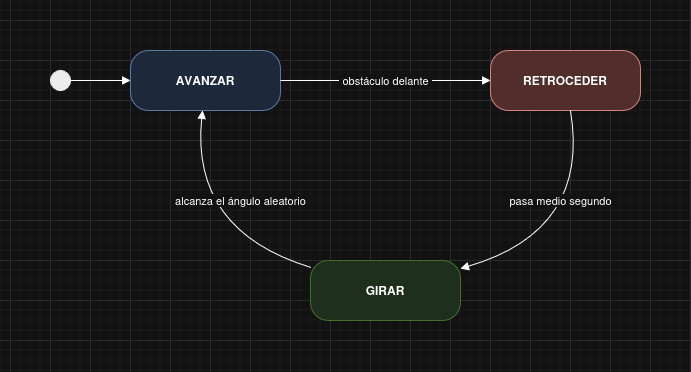
Above: assets/img/maquina_estados.png in valentechie/blog-robotica-movil (draw.io), before the change. Source tidied: cells renumbered, new cells last; positions are measured from the earlier drawing's top-left corner, leaving out a move shared by most shapes. Its diagram source:
```xml
<mxGraphModel>
  <root>
    <mxCell id="0" />
    <mxCell id="1" parent="0" />
    <mxCell id="2" style="ellipse;fillColor=#000000;strokeColor=#000000;" parent="1" vertex="1">
      <mxGeometry y="20" width="20" height="20" as="geometry" />
    </mxCell>
    <mxCell id="3" value="AVANZAR" style="rounded=1;whiteSpace=wrap;html=1;arcSize=30;fillColor=#dae8fc;strokeColor=#6c8ebf;fontStyle=1;" parent="1" vertex="1">
      <mxGeometry x="80" width="150" height="60" as="geometry" />
    </mxCell>
    <mxCell id="4" value="RETROCEDER" style="rounded=1;whiteSpace=wrap;html=1;arcSize=30;fillColor=#f8cecc;strokeColor=#b85450;fontStyle=1;" parent="1" vertex="1">
      <mxGeometry x="440" width="150" height="60" as="geometry" />
    </mxCell>
    <mxCell id="5" value="GIRAR" style="rounded=1;whiteSpace=wrap;html=1;arcSize=30;fillColor=#d5e8d4;strokeColor=#82b366;fontStyle=1;" parent="1" vertex="1">
      <mxGeometry x="260" y="210" width="150" height="60" as="geometry" />
    </mxCell>
    <mxCell id="6" style="endArrow=block;html=1;endFill=1;" parent="1" edge="1" source="2" target="3">
      <mxGeometry relative="1" as="geometry" />
    </mxCell>
    <mxCell id="7" value="&amp;nbsp;obstáculo delante&amp;nbsp;" style="endArrow=block;html=1;endFill=1;labelBackgroundColor=#ffffff;" parent="1" edge="1" source="3" target="4">
      <mxGeometry relative="1" as="geometry" />
    </mxCell>
    <mxCell id="8" value="&amp;nbsp;pasa medio segundo&amp;nbsp;" style="endArrow=block;html=1;endFill=1;labelBackgroundColor=#ffffff;rounded=0;curved=1;" parent="1" edge="1" source="4" target="5">
      <mxGeometry x="-0.32" y="-25" relative="1" as="geometry">
        <Array as="points">
          <mxPoint x="540" y="180" />
        </Array>
      </mxGeometry>
    </mxCell>
    <mxCell id="9" value="&amp;nbsp;alcanza el ángulo aleatorio&amp;nbsp;" style="endArrow=block;html=1;endFill=1;labelBackgroundColor=#ffffff;rounded=0;curved=1;" parent="1" edge="1" source="5" target="3">
      <mxGeometry x="-0.3" y="-43" relative="1" as="geometry">
        <Array as="points">
          <mxPoint x="140" y="180" />
        </Array>
      </mxGeometry>
    </mxCell>
  </root>
</mxGraphModel>
```
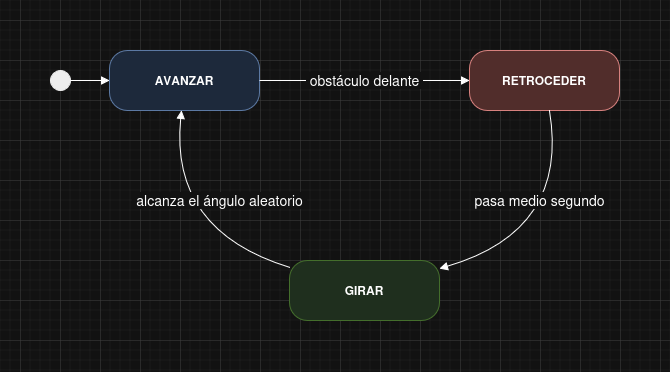
The same diagram one commit later.

The edit, as a diff of the source:
```diff
@@ -3,7 +3,7 @@
     <mxCell id="0" />
     <mxCell id="1" parent="0" />
     <mxCell id="2" style="ellipse;fillColor=#000000;strokeColor=#000000;" parent="1" vertex="1">
-      <mxGeometry y="20" width="20" height="20" as="geometry" />
+      <mxGeometry x="21" y="20" width="20" height="20" as="geometry" />
     </mxCell>
     <mxCell id="3" value="AVANZAR" style="rounded=1;whiteSpace=wrap;html=1;arcSize=30;fillColor=#dae8fc;strokeColor=#6c8ebf;fontStyle=1;" parent="1" vertex="1">
       <mxGeometry x="80" width="150" height="60" as="geometry" />
@@ -17,17 +17,17 @@
     <mxCell id="6" style="endArrow=block;html=1;endFill=1;" parent="1" edge="1" source="2" target="3">
       <mxGeometry relative="1" as="geometry" />
     </mxCell>
-    <mxCell id="7" value="&amp;nbsp;obstáculo delante&amp;nbsp;" style="endArrow=block;html=1;endFill=1;labelBackgroundColor=#ffffff;" parent="1" edge="1" source="3" target="4">
+    <mxCell id="7" value="&lt;font style=&quot;font-size: 14px;&quot;&gt;&amp;nbsp;obstáculo delante&amp;nbsp;&lt;/font&gt;" style="endArrow=block;html=1;endFill=1;labelBackgroundColor=#ffffff;" parent="1" edge="1" source="3" target="4">
       <mxGeometry relative="1" as="geometry" />
     </mxCell>
-    <mxCell id="8" value="&amp;nbsp;pasa medio segundo&amp;nbsp;" style="endArrow=block;html=1;endFill=1;labelBackgroundColor=#ffffff;rounded=0;curved=1;" parent="1" edge="1" source="4" target="5">
+    <mxCell id="8" value="&lt;font style=&quot;font-size: 14px;&quot;&gt;&amp;nbsp;pasa medio segundo&amp;nbsp;&lt;/font&gt;" style="endArrow=block;html=1;endFill=1;labelBackgroundColor=#ffffff;rounded=0;curved=1;" parent="1" edge="1" source="4" target="5">
       <mxGeometry x="-0.32" y="-25" relative="1" as="geometry">
         <Array as="points">
           <mxPoint x="540" y="180" />
         </Array>
       </mxGeometry>
     </mxCell>
-    <mxCell id="9" value="&amp;nbsp;alcanza el ángulo aleatorio&amp;nbsp;" style="endArrow=block;html=1;endFill=1;labelBackgroundColor=#ffffff;rounded=0;curved=1;" parent="1" edge="1" source="5" target="3">
+    <mxCell id="9" value="&lt;font style=&quot;font-size: 14px;&quot;&gt;&amp;nbsp;alcanza el ángulo aleatorio&amp;nbsp;&lt;/font&gt;" style="endArrow=block;html=1;endFill=1;labelBackgroundColor=#ffffff;rounded=0;curved=1;" parent="1" edge="1" source="5" target="3">
       <mxGeometry x="-0.3" y="-43" relative="1" as="geometry">
         <Array as="points">
           <mxPoint x="140" y="180" />
```
